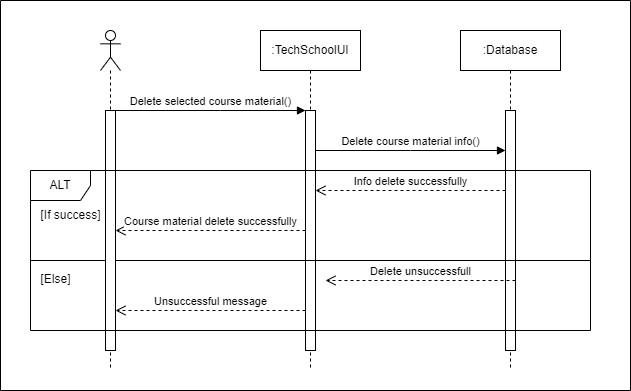
iprosenjitp/Tech-School keeps this draw.io diagram as Materials/Sequence Diagrams/SD_Delete Course Material.png. Above is the earlier version. Source tidied: cells renumbered, new cells last; positions are measured from the earlier drawing's top-left corner, leaving out a move shared by most shapes.
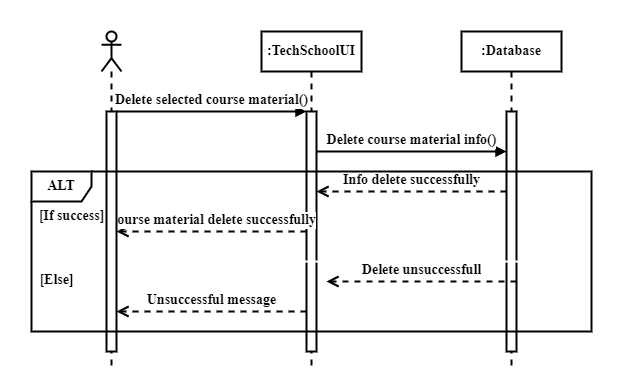
After the commit.

Diff of the diagram source:
```diff
@@ -2,78 +2,78 @@
   <root>
     <mxCell id="0" />
     <mxCell id="1" parent="0" />
-    <mxCell id="2" value=":TechSchoolUI" style="shape=umlLifeline;perimeter=lifelinePerimeter;whiteSpace=wrap;html=1;newEdgeStyle={&quot;curved&quot;:0,&quot;rounded&quot;:0};" parent="1" vertex="1">
+    <mxCell id="2" value=":TechSchoolUI" style="shape=umlLifeline;perimeter=lifelinePerimeter;whiteSpace=wrap;html=1;newEdgeStyle={&quot;curved&quot;:0,&quot;rounded&quot;:0};strokeWidth=2;fontFamily=Times New Roman;fontStyle=1;fontSize=14;" parent="1" vertex="1">
       <mxGeometry x="260" y="30" width="100" height="340" as="geometry" />
     </mxCell>
-    <mxCell id="3" style="html=1;points=[[0,0,0,0,5],[0,1,0,0,-5],[1,0,0,0,5],[1,1,0,0,-5]];perimeter=orthogonalPerimeter;outlineConnect=0;targetShapes=umlLifeline;portConstraint=eastwest;newEdgeStyle={&quot;curved&quot;:0,&quot;rounded&quot;:0};" parent="2" vertex="1">
+    <mxCell id="3" style="html=1;points=[[0,0,0,0,5],[0,1,0,0,-5],[1,0,0,0,5],[1,1,0,0,-5]];perimeter=orthogonalPerimeter;outlineConnect=0;targetShapes=umlLifeline;portConstraint=eastwest;newEdgeStyle={&quot;curved&quot;:0,&quot;rounded&quot;:0};strokeWidth=2;fontFamily=Times New Roman;fontStyle=1;fontSize=14;" parent="2" vertex="1">
       <mxGeometry x="45" y="80" width="10" height="240" as="geometry" />
     </mxCell>
-    <mxCell id="4" value=":Database" style="shape=umlLifeline;perimeter=lifelinePerimeter;whiteSpace=wrap;html=1;newEdgeStyle={&quot;curved&quot;:0,&quot;rounded&quot;:0};" parent="1" vertex="1">
+    <mxCell id="4" value=":Database" style="shape=umlLifeline;perimeter=lifelinePerimeter;whiteSpace=wrap;html=1;newEdgeStyle={&quot;curved&quot;:0,&quot;rounded&quot;:0};strokeWidth=2;fontFamily=Times New Roman;fontStyle=1;fontSize=14;" parent="1" vertex="1">
       <mxGeometry x="460" y="30" width="100" height="340" as="geometry" />
     </mxCell>
-    <mxCell id="5" style="html=1;points=[[0,0,0,0,5],[0,1,0,0,-5],[1,0,0,0,5],[1,1,0,0,-5]];perimeter=orthogonalPerimeter;outlineConnect=0;targetShapes=umlLifeline;portConstraint=eastwest;newEdgeStyle={&quot;curved&quot;:0,&quot;rounded&quot;:0};" parent="4" vertex="1">
+    <mxCell id="5" style="html=1;points=[[0,0,0,0,5],[0,1,0,0,-5],[1,0,0,0,5],[1,1,0,0,-5]];perimeter=orthogonalPerimeter;outlineConnect=0;targetShapes=umlLifeline;portConstraint=eastwest;newEdgeStyle={&quot;curved&quot;:0,&quot;rounded&quot;:0};strokeWidth=2;fontFamily=Times New Roman;fontStyle=1;fontSize=14;" parent="4" vertex="1">
       <mxGeometry x="45" y="80" width="10" height="240" as="geometry" />
     </mxCell>
-    <mxCell id="6" value="Delete selected course material()" style="html=1;verticalAlign=bottom;endArrow=block;curved=0;rounded=0;" parent="1" edge="1" source="17" target="3">
+    <mxCell id="6" value="Delete selected course material()" style="html=1;verticalAlign=bottom;endArrow=block;curved=0;rounded=0;strokeWidth=2;fontFamily=Times New Roman;fontStyle=1;fontSize=14;" parent="1" edge="1" source="17" target="3">
       <mxGeometry relative="1" as="geometry">
         <Array as="points">
           <mxPoint x="220" y="110" />
         </Array>
       </mxGeometry>
     </mxCell>
-    <mxCell id="7" value="Delete course material info()" style="html=1;verticalAlign=bottom;endArrow=block;curved=0;rounded=0;" parent="1" edge="1" source="3" target="5">
+    <mxCell id="7" value="Delete course material info()" style="html=1;verticalAlign=bottom;endArrow=block;curved=0;rounded=0;strokeWidth=2;fontFamily=Times New Roman;fontStyle=1;fontSize=14;" parent="1" edge="1" source="3" target="5">
       <mxGeometry relative="1" as="geometry">
         <Array as="points">
           <mxPoint x="410" y="150" />
         </Array>
       </mxGeometry>
     </mxCell>
-    <mxCell id="8" value="Info delete successfully" style="html=1;verticalAlign=bottom;endArrow=open;dashed=1;endSize=8;curved=0;rounded=0;" parent="1" edge="1" source="5" target="3">
+    <mxCell id="8" value="Info delete successfully" style="html=1;verticalAlign=bottom;endArrow=open;dashed=1;endSize=8;curved=0;rounded=0;strokeWidth=2;fontFamily=Times New Roman;fontStyle=1;fontSize=14;" parent="1" edge="1" source="5" target="3">
       <mxGeometry relative="1" as="geometry">
         <Array as="points">
           <mxPoint x="400" y="190" />
         </Array>
       </mxGeometry>
     </mxCell>
-    <mxCell id="9" value="Course material delete successfully" style="html=1;verticalAlign=bottom;endArrow=open;dashed=1;endSize=8;curved=0;rounded=0;" parent="1" edge="1" source="3" target="17">
+    <mxCell id="9" value="Course material delete successfully" style="html=1;verticalAlign=bottom;endArrow=open;dashed=1;endSize=8;curved=0;rounded=0;strokeWidth=2;fontFamily=Times New Roman;fontStyle=1;fontSize=14;" parent="1" edge="1" source="3" target="17">
       <mxGeometry relative="1" as="geometry">
         <Array as="points">
           <mxPoint x="220" y="230" />
         </Array>
       </mxGeometry>
     </mxCell>
-    <mxCell id="10" value="Unsuccessful message" style="html=1;verticalAlign=bottom;endArrow=open;dashed=1;endSize=8;curved=0;rounded=0;" parent="1" edge="1" source="3" target="17">
+    <mxCell id="10" value="Unsuccessful message" style="html=1;verticalAlign=bottom;endArrow=open;dashed=1;endSize=8;curved=0;rounded=0;strokeWidth=2;fontFamily=Times New Roman;fontStyle=1;fontSize=14;" parent="1" edge="1" source="3" target="17">
       <mxGeometry relative="1" as="geometry">
         <Array as="points">
           <mxPoint x="210" y="310" />
         </Array>
       </mxGeometry>
     </mxCell>
-    <mxCell id="11" style="swimlane;startSize=0;" parent="1" vertex="1">
+    <mxCell id="11" style="swimlane;startSize=0;strokeWidth=2;fontFamily=Times New Roman;fontStyle=1;fontSize=14;strokeColor=#FFFFFF;" parent="1" vertex="1">
       <mxGeometry width="630" height="390" as="geometry" />
     </mxCell>
-    <mxCell id="12" value="[If success]" style="text;html=1;align=center;verticalAlign=middle;strokeColor=none;fillColor=none;" parent="11" vertex="1">
-      <mxGeometry x="30" y="200" width="80" height="30" as="geometry" />
+    <mxCell id="12" value="[If success]" style="text;html=1;align=center;verticalAlign=middle;strokeColor=none;fillColor=none;strokeWidth=2;fontFamily=Times New Roman;fontStyle=1;fontSize=14;" parent="11" vertex="1">
+      <mxGeometry x="25" y="200" width="90" height="30" as="geometry" />
     </mxCell>
-    <mxCell id="13" value="[Else]" style="text;html=1;align=center;verticalAlign=middle;strokeColor=none;fillColor=none;" parent="11" vertex="1">
-      <mxGeometry x="30" y="264" width="50" height="30" as="geometry" />
+    <mxCell id="13" value="[Else]" style="text;html=1;align=center;verticalAlign=middle;strokeColor=none;fillColor=none;strokeWidth=2;fontFamily=Times New Roman;fontStyle=1;fontSize=14;" parent="11" vertex="1">
+      <mxGeometry x="25" y="264" width="60" height="30" as="geometry" />
     </mxCell>
-    <mxCell id="14" style="line;strokeWidth=1;fillColor=none;align=left;verticalAlign=middle;spacingTop=-1;spacingLeft=3;spacingRight=3;labelPosition=right;strokeColor=inherit;" parent="11" vertex="1">
+    <mxCell id="14" style="line;strokeWidth=2;fillColor=none;align=left;verticalAlign=middle;spacingTop=-1;spacingLeft=3;spacingRight=3;labelPosition=right;strokeColor=inherit;fontFamily=Times New Roman;fontStyle=1;fontSize=14;" parent="11" vertex="1">
       <mxGeometry x="30" y="256" width="560" height="8" as="geometry" />
     </mxCell>
-    <mxCell id="15" value="Delete unsuccessfull" style="html=1;verticalAlign=bottom;endArrow=open;dashed=1;endSize=8;curved=0;rounded=0;" parent="11" edge="1">
+    <mxCell id="15" value="Delete unsuccessfull" style="html=1;verticalAlign=bottom;endArrow=open;dashed=1;endSize=8;curved=0;rounded=0;strokeWidth=2;fontFamily=Times New Roman;fontStyle=1;fontSize=14;" parent="11" edge="1">
       <mxGeometry relative="1" as="geometry">
         <mxPoint x="515" y="280" as="sourcePoint" />
         <mxPoint x="325" y="280" as="targetPoint" />
       </mxGeometry>
     </mxCell>
-    <mxCell id="16" style="shape=umlLifeline;perimeter=lifelinePerimeter;whiteSpace=wrap;html=1;newEdgeStyle={&quot;curved&quot;:0,&quot;rounded&quot;:0};participant=umlActor;" parent="11" vertex="1">
+    <mxCell id="16" style="shape=umlLifeline;perimeter=lifelinePerimeter;whiteSpace=wrap;html=1;newEdgeStyle={&quot;curved&quot;:0,&quot;rounded&quot;:0};participant=umlActor;strokeWidth=2;fontFamily=Times New Roman;fontStyle=1;fontSize=14;" parent="11" vertex="1">
       <mxGeometry x="100" y="30" width="20" height="340" as="geometry" />
     </mxCell>
-    <mxCell id="17" style="html=1;points=[[0,0,0,0,5],[0,1,0,0,-5],[1,0,0,0,5],[1,1,0,0,-5]];perimeter=orthogonalPerimeter;outlineConnect=0;targetShapes=umlLifeline;portConstraint=eastwest;newEdgeStyle={&quot;curved&quot;:0,&quot;rounded&quot;:0};" parent="16" vertex="1">
+    <mxCell id="17" style="html=1;points=[[0,0,0,0,5],[0,1,0,0,-5],[1,0,0,0,5],[1,1,0,0,-5]];perimeter=orthogonalPerimeter;outlineConnect=0;targetShapes=umlLifeline;portConstraint=eastwest;newEdgeStyle={&quot;curved&quot;:0,&quot;rounded&quot;:0};strokeWidth=2;fontFamily=Times New Roman;fontStyle=1;fontSize=14;" parent="16" vertex="1">
       <mxGeometry x="5" y="80" width="10" height="240" as="geometry" />
     </mxCell>
-    <mxCell id="18" value="ALT" style="shape=umlFrame;whiteSpace=wrap;html=1;" parent="11" vertex="1">
+    <mxCell id="18" value="ALT" style="shape=umlFrame;whiteSpace=wrap;html=1;strokeWidth=2;fontFamily=Times New Roman;fontStyle=1;fontSize=14;" parent="11" vertex="1">
       <mxGeometry x="30" y="170" width="560" height="160" as="geometry" />
     </mxCell>
   </root>
```
